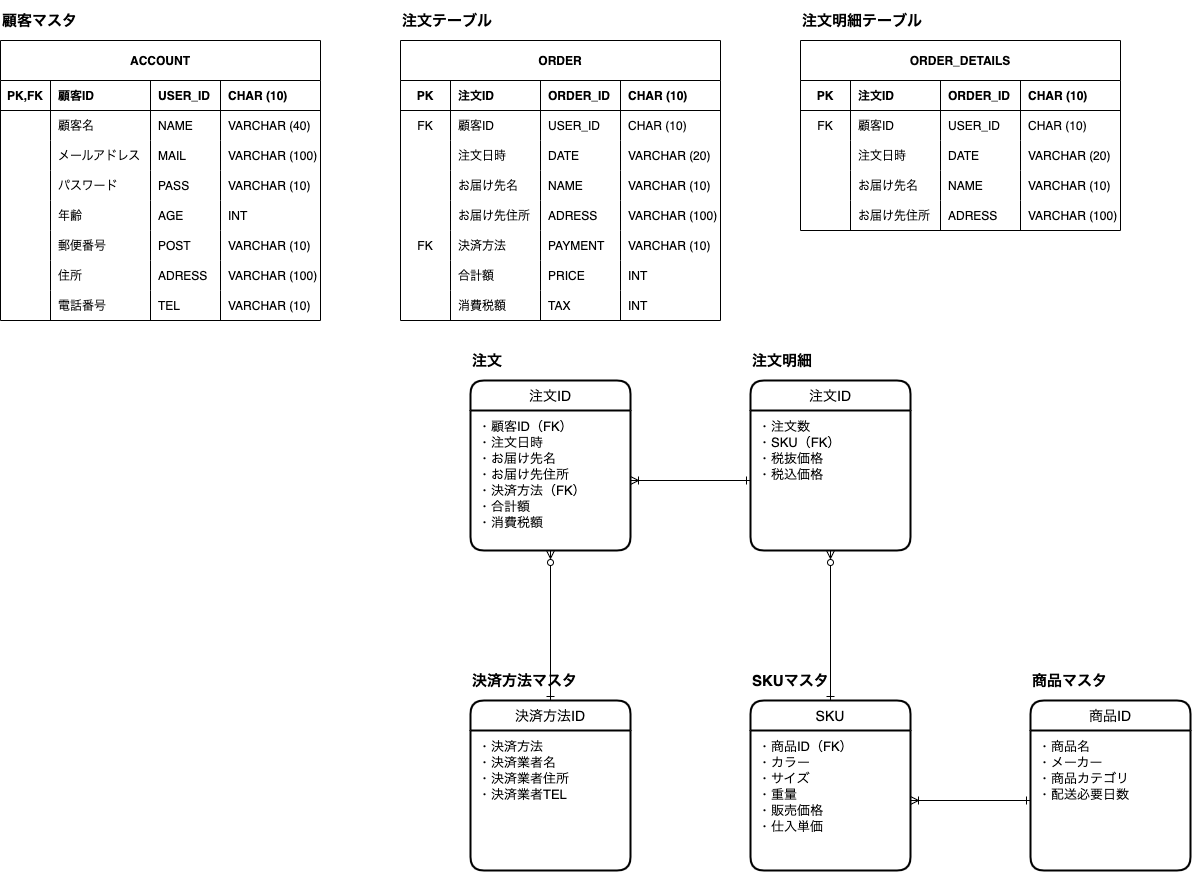
Earlier version of the draw.io export portfolio.drawio.png (june1983/java). Source tidied: cells renumbered, new cells last; positions are measured from the earlier drawing's top-left corner, leaving out a move shared by most shapes.
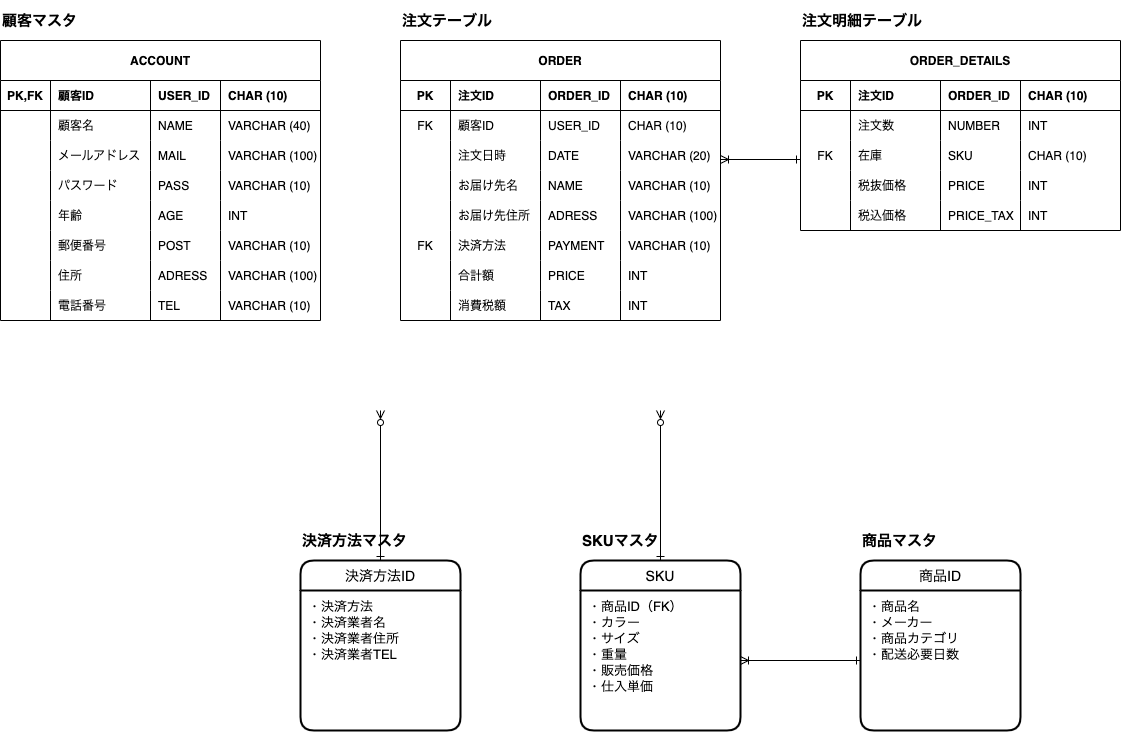
After the commit.

Commit message:
portfolio.drawio.png を更新します

Change to the diagram source:
```diff
@@ -5,32 +5,16 @@
     <mxCell id="2" value="&lt;font style=&quot;font-size: 15px;&quot;&gt;顧客マスタ&lt;/font&gt;" style="text;strokeColor=none;fillColor=none;html=1;fontSize=15;fontStyle=1;verticalAlign=middle;align=left;" parent="1" vertex="1">
       <mxGeometry width="160" height="40" as="geometry" />
     </mxCell>
-    <mxCell id="3" value="&lt;font style=&quot;font-size: 15px;&quot;&gt;注文&lt;/font&gt;" style="text;strokeColor=none;fillColor=none;html=1;fontSize=15;fontStyle=1;verticalAlign=middle;align=left;" parent="1" vertex="1">
-      <mxGeometry x="470" y="340" width="160" height="40" as="geometry" />
-    </mxCell>
-    <mxCell id="4" value="注文ID" style="swimlane;horizontal=1;startSize=30;rounded=1;fontSize=14;fontStyle=0;strokeWidth=2;shadow=0;dashed=0;align=center;" parent="1" vertex="1">
-      <mxGeometry x="470" y="380" width="160" height="170" as="geometry" />
-    </mxCell>
-    <mxCell id="5" value="・顧客ID（FK）&#10;・注文日時&#10;・お届け先名&#10;・お届け先住所&#10;・決済方法（FK）&#10;・合計額&#10;・消費税額&#10;" style="align=left;strokeColor=none;fillColor=none;spacingLeft=4;fontSize=13;verticalAlign=top;spacing=4;" parent="4" vertex="1">
-      <mxGeometry y="30" width="160" height="140" as="geometry" />
-    </mxCell>
-    <mxCell id="6" value="&lt;span style=&quot;font-size: 15px;&quot;&gt;注文明細&lt;/span&gt;" style="text;strokeColor=none;fillColor=none;html=1;fontSize=15;fontStyle=1;verticalAlign=middle;align=left;" parent="1" vertex="1">
-      <mxGeometry x="750" y="340" width="160" height="40" as="geometry" />
-    </mxCell>
-    <mxCell id="7" value="注文ID" style="swimlane;horizontal=1;startSize=30;rounded=1;fontSize=14;fontStyle=0;strokeWidth=2;shadow=0;dashed=0;align=center;" parent="1" vertex="1">
-      <mxGeometry x="750" y="380" width="160" height="170" as="geometry" />
-    </mxCell>
-    <mxCell id="8" value="・注文数&#10;・SKU（FK）&#10;・税抜価格&#10;・税込価格&#10;" style="align=left;strokeColor=none;fillColor=none;spacingLeft=4;fontSize=13;verticalAlign=top;spacing=4;" parent="7" vertex="1">
-      <mxGeometry y="30" width="160" height="140" as="geometry" />
-    </mxCell>
     <mxCell id="9" value="&lt;font style=&quot;font-size: 15px;&quot;&gt;決済方法マスタ&lt;/font&gt;" style="text;strokeColor=none;fillColor=none;html=1;fontSize=15;fontStyle=1;verticalAlign=middle;align=left;" parent="1" vertex="1">
-      <mxGeometry x="470" y="660" width="160" height="40" as="geometry" />
+      <mxGeometry x="300" y="520" width="160" height="40" as="geometry" />
     </mxCell>
-    <mxCell id="10" style="edgeStyle=orthogonalEdgeStyle;rounded=1;jettySize=auto;html=1;exitX=0.5;exitY=0;exitDx=0;exitDy=0;entryX=0.5;entryY=1;entryDx=0;entryDy=0;fontSize=13;startArrow=ERone;startFill=0;endArrow=ERzeroToMany;endFill=0;strokeColor=default;" parent="1" edge="1" source="11" target="5">
-      <mxGeometry relative="1" as="geometry" />
+    <mxCell id="10" style="edgeStyle=orthogonalEdgeStyle;rounded=1;jettySize=auto;html=1;exitX=0.5;exitY=0;exitDx=0;exitDy=0;entryX=0.5;entryY=1;entryDx=0;entryDy=0;fontSize=13;startArrow=ERone;startFill=0;endArrow=ERzeroToMany;endFill=0;strokeColor=default;" parent="1" edge="1" source="11">
+      <mxGeometry relative="1" as="geometry">
+        <mxPoint x="380" y="410" as="targetPoint" />
+      </mxGeometry>
     </mxCell>
     <mxCell id="11" value="決済方法ID" style="swimlane;horizontal=1;startSize=30;rounded=1;fontSize=14;fontStyle=0;strokeWidth=2;shadow=0;dashed=0;align=center;" parent="1" vertex="1">
-      <mxGeometry x="470" y="700" width="160" height="170" as="geometry" />
+      <mxGeometry x="300" y="560" width="160" height="170" as="geometry" />
     </mxCell>
     <mxCell id="12" value="・決済方法&#10;・決済業者名&#10;・決済業者住所&#10;・決済業者TEL&#10;" style="align=left;strokeColor=none;fillColor=none;spacingLeft=4;fontSize=13;verticalAlign=top;spacing=4;" parent="11" vertex="1">
       <mxGeometry y="30" width="160" height="140" as="geometry" />
@@ -39,22 +23,24 @@
       <mxGeometry relative="1" as="geometry" />
     </mxCell>
     <mxCell id="14" value="&lt;font style=&quot;font-size: 15px;&quot;&gt;SKUマスタ&lt;/font&gt;" style="text;strokeColor=none;fillColor=none;html=1;fontSize=15;fontStyle=1;verticalAlign=middle;align=left;" parent="1" vertex="1">
-      <mxGeometry x="750" y="660" width="160" height="40" as="geometry" />
+      <mxGeometry x="580" y="520" width="160" height="40" as="geometry" />
     </mxCell>
-    <mxCell id="15" style="edgeStyle=orthogonalEdgeStyle;rounded=1;jettySize=auto;html=1;exitX=0.5;exitY=0;exitDx=0;exitDy=0;entryX=0.5;entryY=1;entryDx=0;entryDy=0;fontSize=13;startArrow=ERone;startFill=0;endArrow=ERzeroToMany;endFill=0;strokeColor=default;" parent="1" edge="1" source="16" target="8">
-      <mxGeometry relative="1" as="geometry" />
+    <mxCell id="15" style="edgeStyle=orthogonalEdgeStyle;rounded=1;jettySize=auto;html=1;exitX=0.5;exitY=0;exitDx=0;exitDy=0;entryX=0.5;entryY=1;entryDx=0;entryDy=0;fontSize=13;startArrow=ERone;startFill=0;endArrow=ERzeroToMany;endFill=0;strokeColor=default;" parent="1" edge="1" source="16">
+      <mxGeometry relative="1" as="geometry">
+        <mxPoint x="660" y="410" as="targetPoint" />
+      </mxGeometry>
     </mxCell>
     <mxCell id="16" value="SKU" style="swimlane;horizontal=1;startSize=30;rounded=1;fontSize=14;fontStyle=0;strokeWidth=2;shadow=0;dashed=0;align=center;" parent="1" vertex="1">
-      <mxGeometry x="750" y="700" width="160" height="170" as="geometry" />
+      <mxGeometry x="580" y="560" width="160" height="170" as="geometry" />
     </mxCell>
     <mxCell id="17" value="・商品ID（FK）&#10;・カラー&#10;・サイズ&#10;・重量&#10;・販売価格&#10;・仕入単価&#10;&#10;" style="align=left;strokeColor=none;fillColor=none;spacingLeft=4;fontSize=13;verticalAlign=top;spacing=4;" parent="16" vertex="1">
       <mxGeometry y="30" width="160" height="140" as="geometry" />
     </mxCell>
     <mxCell id="18" value="&lt;span style=&quot;font-size: 15px;&quot;&gt;商品マスタ&lt;/span&gt;" style="text;strokeColor=none;fillColor=none;html=1;fontSize=15;fontStyle=1;verticalAlign=middle;align=left;" parent="1" vertex="1">
-      <mxGeometry x="1030" y="660" width="160" height="40" as="geometry" />
+      <mxGeometry x="860" y="520" width="160" height="40" as="geometry" />
     </mxCell>
     <mxCell id="19" value="商品ID" style="swimlane;horizontal=1;startSize=30;rounded=1;fontSize=14;fontStyle=0;strokeWidth=2;shadow=0;dashed=0;align=center;" parent="1" vertex="1">
-      <mxGeometry x="1030" y="700" width="160" height="170" as="geometry" />
+      <mxGeometry x="860" y="560" width="160" height="170" as="geometry" />
     </mxCell>
     <mxCell id="20" value="・商品名&#10;・メーカー&#10;・商品カテゴリ&#10;・配送必要日数&#10;" style="align=left;strokeColor=none;fillColor=none;spacingLeft=4;fontSize=13;verticalAlign=top;spacing=4;" parent="19" vertex="1">
       <mxGeometry y="30" width="160" height="140" as="geometry" />
@@ -62,9 +48,6 @@
     <mxCell id="21" style="edgeStyle=orthogonalEdgeStyle;rounded=1;jettySize=auto;html=1;exitX=0;exitY=0.5;exitDx=0;exitDy=0;entryX=1;entryY=0.5;entryDx=0;entryDy=0;fontSize=15;startArrow=ERone;startFill=0;endArrow=ERoneToMany;endFill=0;strokeColor=default;" parent="1" edge="1" source="20" target="17">
       <mxGeometry relative="1" as="geometry" />
     </mxCell>
-    <mxCell id="22" style="edgeStyle=orthogonalEdgeStyle;rounded=1;jettySize=auto;html=1;exitX=0;exitY=0.5;exitDx=0;exitDy=0;entryX=1;entryY=0.5;entryDx=0;entryDy=0;fontSize=15;startArrow=ERone;startFill=0;endArrow=ERoneToMany;endFill=0;strokeColor=default;" parent="1" edge="1" source="8" target="5">
-      <mxGeometry relative="1" as="geometry" />
-    </mxCell>
     <mxCell id="23" value="ACCOUNT" style="shape=table;startSize=40;rowLines=0;fontStyle=1;align=center;fontSize=12;" parent="1" vertex="1">
       <mxGeometry y="40" width="320" height="280" as="geometry" />
     </mxCell>
@@ -338,31 +321,31 @@
     <mxCell id="113" style="shape=partialRectangle;fillColor=none;top=0;left=0;bottom=0;right=0;fontSize=15;" parent="107" vertex="1">
       <mxGeometry y="70" width="320" height="30" as="geometry" />
     </mxCell>
-    <mxCell id="114" value="FK" style="shape=partialRectangle;fillColor=none;top=0;left=0;bottom=0;right=0;overflow=hidden;fontSize=12;" parent="113" vertex="1">
+    <mxCell id="114" style="shape=partialRectangle;fillColor=none;top=0;left=0;bottom=0;right=0;overflow=hidden;fontSize=12;" parent="113" vertex="1">
       <mxGeometry width="50" height="30" as="geometry" />
     </mxCell>
-    <mxCell id="115" value="顧客ID" style="shape=partialRectangle;fillColor=none;top=0;left=0;bottom=0;right=0;align=left;spacingLeft=6;overflow=hidden;fontSize=12;" parent="113" vertex="1">
+    <mxCell id="115" value="注文数" style="shape=partialRectangle;fillColor=none;top=0;left=0;bottom=0;right=0;align=left;spacingLeft=6;overflow=hidden;fontSize=12;" parent="113" vertex="1">
       <mxGeometry x="50" width="90" height="30" as="geometry" />
     </mxCell>
-    <mxCell id="116" value="USER_ID" style="shape=partialRectangle;fillColor=none;top=0;left=0;bottom=0;right=0;align=left;spacingLeft=6;overflow=hidden;fontSize=12;" parent="113" vertex="1">
+    <mxCell id="116" value="NUMBER" style="shape=partialRectangle;fillColor=none;top=0;left=0;bottom=0;right=0;align=left;spacingLeft=6;overflow=hidden;fontSize=12;" parent="113" vertex="1">
       <mxGeometry x="140" width="80" height="30" as="geometry" />
     </mxCell>
-    <mxCell id="117" value="CHAR (10)" style="shape=partialRectangle;fillColor=none;top=0;left=0;bottom=0;right=0;align=left;spacingLeft=6;overflow=hidden;fontSize=12;" parent="113" vertex="1">
+    <mxCell id="117" value="INT" style="shape=partialRectangle;fillColor=none;top=0;left=0;bottom=0;right=0;align=left;spacingLeft=6;overflow=hidden;fontSize=12;" parent="113" vertex="1">
       <mxGeometry x="220" width="100" height="30" as="geometry" />
     </mxCell>
     <mxCell id="118" style="shape=partialRectangle;fillColor=none;top=0;left=0;bottom=0;right=0;fontSize=15;" parent="107" vertex="1">
       <mxGeometry y="100" width="320" height="30" as="geometry" />
     </mxCell>
-    <mxCell id="119" style="shape=partialRectangle;fillColor=none;top=0;left=0;bottom=0;right=0;overflow=hidden;fontSize=12;" parent="118" vertex="1">
+    <mxCell id="119" value="FK" style="shape=partialRectangle;fillColor=none;top=0;left=0;bottom=0;right=0;overflow=hidden;fontSize=12;" parent="118" vertex="1">
       <mxGeometry width="50" height="30" as="geometry" />
     </mxCell>
-    <mxCell id="120" value="注文日時" style="shape=partialRectangle;fillColor=none;top=0;left=0;bottom=0;right=0;align=left;spacingLeft=6;overflow=hidden;fontSize=12;" parent="118" vertex="1">
+    <mxCell id="120" value="在庫" style="shape=partialRectangle;fillColor=none;top=0;left=0;bottom=0;right=0;align=left;spacingLeft=6;overflow=hidden;fontSize=12;" parent="118" vertex="1">
       <mxGeometry x="50" width="90" height="30" as="geometry" />
     </mxCell>
-    <mxCell id="121" value="DATE" style="shape=partialRectangle;fillColor=none;top=0;left=0;bottom=0;right=0;align=left;spacingLeft=6;overflow=hidden;fontSize=12;" parent="118" vertex="1">
+    <mxCell id="121" value="SKU" style="shape=partialRectangle;fillColor=none;top=0;left=0;bottom=0;right=0;align=left;spacingLeft=6;overflow=hidden;fontSize=12;" parent="118" vertex="1">
       <mxGeometry x="140" width="80" height="30" as="geometry" />
     </mxCell>
-    <mxCell id="122" value="VARCHAR (20)" style="shape=partialRectangle;fillColor=none;top=0;left=0;bottom=0;right=0;align=left;spacingLeft=6;overflow=hidden;fontSize=12;" parent="118" vertex="1">
+    <mxCell id="122" value="CHAR (10)" style="shape=partialRectangle;fillColor=none;top=0;left=0;bottom=0;right=0;align=left;spacingLeft=6;overflow=hidden;fontSize=12;" parent="118" vertex="1">
       <mxGeometry x="220" width="100" height="30" as="geometry" />
     </mxCell>
     <mxCell id="123" style="shape=partialRectangle;fillColor=none;top=0;left=0;bottom=0;right=0;fontSize=15;" parent="107" vertex="1">
@@ -371,13 +354,13 @@
     <mxCell id="124" style="shape=partialRectangle;fillColor=none;top=0;left=0;bottom=0;right=0;overflow=hidden;fontSize=12;" parent="123" vertex="1">
       <mxGeometry width="50" height="30" as="geometry" />
     </mxCell>
-    <mxCell id="125" value="お届け先名" style="shape=partialRectangle;fillColor=none;top=0;left=0;bottom=0;right=0;align=left;spacingLeft=6;overflow=hidden;fontSize=12;" parent="123" vertex="1">
+    <mxCell id="125" value="税抜価格" style="shape=partialRectangle;fillColor=none;top=0;left=0;bottom=0;right=0;align=left;spacingLeft=6;overflow=hidden;fontSize=12;" parent="123" vertex="1">
       <mxGeometry x="50" width="90" height="30" as="geometry" />
     </mxCell>
-    <mxCell id="126" value="NAME" style="shape=partialRectangle;fillColor=none;top=0;left=0;bottom=0;right=0;align=left;spacingLeft=6;overflow=hidden;fontSize=12;" parent="123" vertex="1">
+    <mxCell id="126" value="PRICE" style="shape=partialRectangle;fillColor=none;top=0;left=0;bottom=0;right=0;align=left;spacingLeft=6;overflow=hidden;fontSize=12;" parent="123" vertex="1">
       <mxGeometry x="140" width="80" height="30" as="geometry" />
     </mxCell>
-    <mxCell id="127" value="VARCHAR (10)" style="shape=partialRectangle;fillColor=none;top=0;left=0;bottom=0;right=0;align=left;spacingLeft=6;overflow=hidden;fontSize=12;" parent="123" vertex="1">
+    <mxCell id="127" value="INT" style="shape=partialRectangle;fillColor=none;top=0;left=0;bottom=0;right=0;align=left;spacingLeft=6;overflow=hidden;fontSize=12;" parent="123" vertex="1">
       <mxGeometry x="220" width="100" height="30" as="geometry" />
     </mxCell>
     <mxCell id="128" style="shape=partialRectangle;fillColor=none;top=0;left=0;bottom=0;right=0;fontSize=15;" parent="107" vertex="1">
@@ -386,14 +369,20 @@
     <mxCell id="129" style="shape=partialRectangle;fillColor=none;top=0;left=0;bottom=0;right=0;overflow=hidden;fontSize=12;" parent="128" vertex="1">
       <mxGeometry width="50" height="30" as="geometry" />
     </mxCell>
-    <mxCell id="130" value="お届け先住所" style="shape=partialRectangle;fillColor=none;top=0;left=0;bottom=0;right=0;align=left;spacingLeft=6;overflow=hidden;fontSize=12;" parent="128" vertex="1">
+    <mxCell id="130" value="税込価格" style="shape=partialRectangle;fillColor=none;top=0;left=0;bottom=0;right=0;align=left;spacingLeft=6;overflow=hidden;fontSize=12;" parent="128" vertex="1">
       <mxGeometry x="50" width="90" height="30" as="geometry" />
     </mxCell>
-    <mxCell id="131" value="ADRESS" style="shape=partialRectangle;fillColor=none;top=0;left=0;bottom=0;right=0;align=left;spacingLeft=6;overflow=hidden;fontSize=12;" parent="128" vertex="1">
+    <mxCell id="131" value="PRICE_TAX" style="shape=partialRectangle;fillColor=none;top=0;left=0;bottom=0;right=0;align=left;spacingLeft=6;overflow=hidden;fontSize=12;" parent="128" vertex="1">
       <mxGeometry x="140" width="80" height="30" as="geometry" />
     </mxCell>
-    <mxCell id="132" value="VARCHAR (100)" style="shape=partialRectangle;fillColor=none;top=0;left=0;bottom=0;right=0;align=left;spacingLeft=6;overflow=hidden;fontSize=12;" parent="128" vertex="1">
+    <mxCell id="132" value="INT" style="shape=partialRectangle;fillColor=none;top=0;left=0;bottom=0;right=0;align=left;spacingLeft=6;overflow=hidden;fontSize=12;" parent="128" vertex="1">
       <mxGeometry x="220" width="100" height="30" as="geometry" />
     </mxCell>
+    <mxCell id="133" style="edgeStyle=orthogonalEdgeStyle;rounded=1;orthogonalLoop=1;jettySize=auto;html=1;exitX=0;exitY=0.5;exitDx=0;exitDy=0;entryX=1;entryY=0.5;entryDx=0;entryDy=0;fontSize=12;startArrow=ERone;startFill=0;endArrow=ERoneToMany;endFill=0;strokeColor=default;" parent="1" edge="1">
+      <mxGeometry relative="1" as="geometry">
+        <mxPoint x="800" y="159" as="sourcePoint" />
+        <mxPoint x="720" y="159" as="targetPoint" />
+      </mxGeometry>
+    </mxCell>
   </root>
 </mxGraphModel>
```
